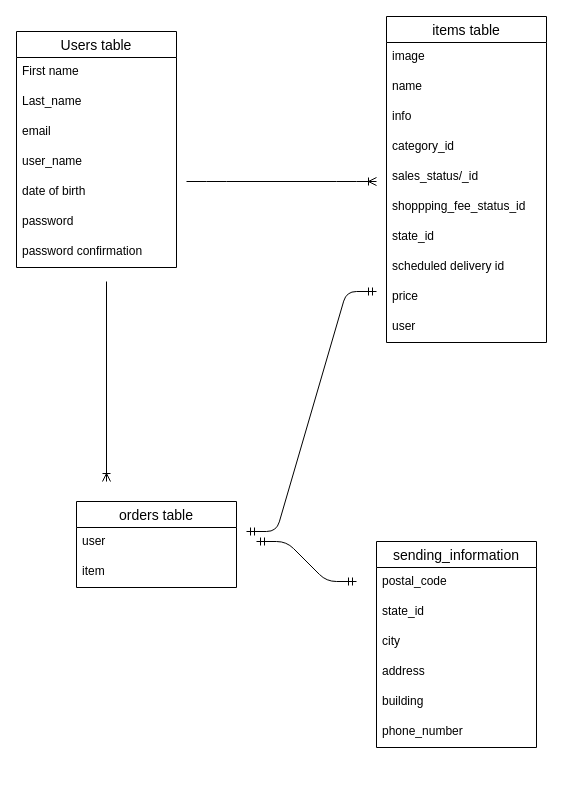
Lisakinomayoi/furiko keeps this draw.io diagram as test.dio. Above is the earlier version. Source tidied: cells renumbered, new cells numbered last; positions are measured from the earlier drawing's top-left corner, leaving out a move shared by most shapes. Both pictures are drawn from the tidied source at 100%, with x=0, y=0 at pixel (16, 16).
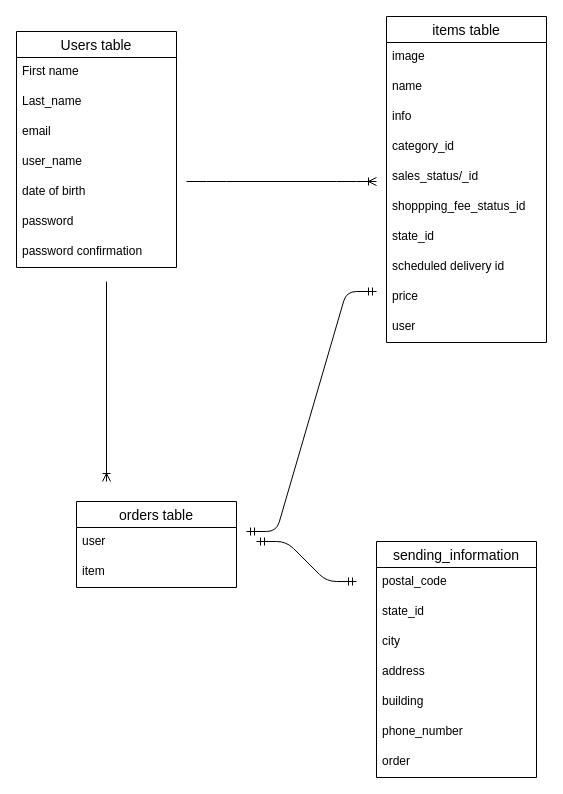
The same diagram, later.

Diff of the diagram source:
```diff
@@
     <mxCell id="25" value="sending_information" style="swimlane;fontStyle=0;horizontal=1;startSize=26;align=center;fontSize=14;" parent="1" vertex="1">
-      <mxGeometry x="360" y="525" width="160" height="206" as="geometry" />
+      <mxGeometry x="360" y="525" width="160" height="236" as="geometry" />
     </mxCell>
@@
+    <mxCell id="35" value="phone_number" style="text;strokeColor=none;fillColor=none;spacingLeft=4;spacingRight=4;overflow=hidden;fontSize=12;" parent="25" vertex="1">
+      <mxGeometry y="176" width="160" height="30" as="geometry" />
+    </mxCell>
-    <mxCell id="31" value="phone_number" style="text;strokeColor=none;fillColor=none;spacingLeft=4;spacingRight=4;overflow=hidden;fontSize=12;" parent="25" vertex="1">
-      <mxGeometry y="176" width="160" height="30" as="geometry" />
+    <mxCell id="31" value="order" style="text;strokeColor=none;fillColor=none;spacingLeft=4;spacingRight=4;overflow=hidden;fontSize=12;" parent="25" vertex="1">
+      <mxGeometry y="206" width="160" height="30" as="geometry" />
     </mxCell>
```
